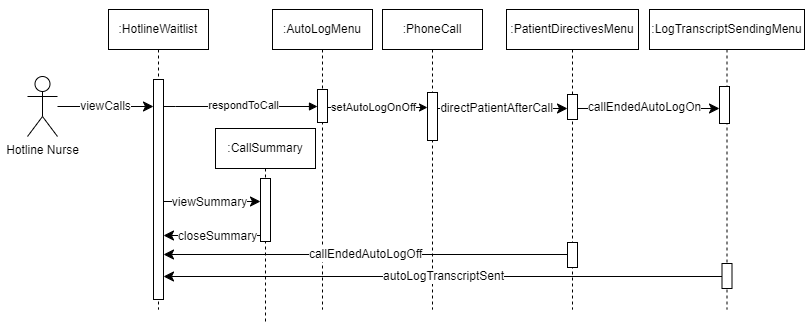
Earlier version of the draw.io export AmirWork/M2/Nurse_Hotline_SequenceDiagram.drawio.png (SENG-350-2024-fall/Team9). Source tidied: cells renumbered, new cells last; positions are measured from the earlier drawing's top-left corner, leaving out a move shared by most shapes.
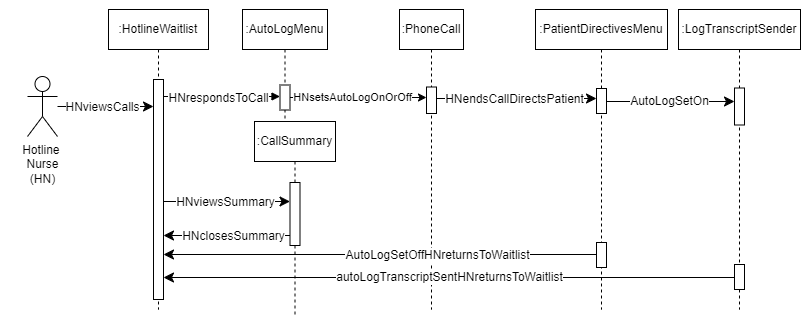
The same diagram one commit later.

The edit, as a diff of the source:
```diff
@@ -6,13 +6,13 @@
       <mxGeometry x="731" width="79" height="60.5" as="geometry" />
     </mxCell>
     <mxCell id="3" style="rounded=0;whiteSpace=wrap;html=1;strokeColor=none;" parent="1" vertex="1">
-      <mxGeometry y="3" width="127" height="147" as="geometry" />
+      <mxGeometry y="9" width="127" height="147" as="geometry" />
     </mxCell>
     <mxCell id="4" value=":CallSummary" style="shape=umlLifeline;perimeter=lifelinePerimeter;whiteSpace=wrap;html=1;newEdgeStyle={&quot;edgeStyle&quot;:&quot;elbowEdgeStyle&quot;,&quot;elbow&quot;:&quot;vertical&quot;,&quot;curved&quot;:0,&quot;rounded&quot;:0};" parent="1" vertex="1">
-      <mxGeometry x="215" y="128" width="100" height="195" as="geometry" />
+      <mxGeometry x="254" y="121" width="81" height="195" as="geometry" />
     </mxCell>
     <mxCell id="5" style="html=1;points=[];perimeter=orthogonalPerimeter;outlineConnect=0;targetShapes=umlLifeline;portConstraint=eastwest;newEdgeStyle={&quot;edgeStyle&quot;:&quot;elbowEdgeStyle&quot;,&quot;elbow&quot;:&quot;vertical&quot;,&quot;curved&quot;:0,&quot;rounded&quot;:0};" parent="4" vertex="1">
-      <mxGeometry x="45" y="50" width="10" height="63" as="geometry" />
+      <mxGeometry x="35.5" y="61" width="10" height="63" as="geometry" />
     </mxCell>
     <mxCell id="6" value=":HotlineWaitlist" style="shape=umlLifeline;perimeter=lifelinePerimeter;whiteSpace=wrap;html=1;newEdgeStyle={&quot;edgeStyle&quot;:&quot;elbowEdgeStyle&quot;,&quot;elbow&quot;:&quot;vertical&quot;,&quot;curved&quot;:0,&quot;rounded&quot;:0};" parent="1" vertex="1">
       <mxGeometry x="108" y="9" width="100" height="300" as="geometry" />
@@ -21,22 +21,32 @@
       <mxGeometry x="45" y="70" width="10" height="220" as="geometry" />
     </mxCell>
     <mxCell id="8" value=":AutoLogMenu" style="shape=umlLifeline;perimeter=lifelinePerimeter;whiteSpace=wrap;html=1;newEdgeStyle={&quot;edgeStyle&quot;:&quot;elbowEdgeStyle&quot;,&quot;elbow&quot;:&quot;vertical&quot;,&quot;curved&quot;:0,&quot;rounded&quot;:0};" parent="1" vertex="1">
-      <mxGeometry x="272" y="9" width="100" height="300" as="geometry" />
+      <mxGeometry x="242" y="9" width="85" height="110" as="geometry" />
     </mxCell>
     <mxCell id="9" style="html=1;points=[];perimeter=orthogonalPerimeter;outlineConnect=0;targetShapes=umlLifeline;portConstraint=eastwest;newEdgeStyle={&quot;edgeStyle&quot;:&quot;elbowEdgeStyle&quot;,&quot;elbow&quot;:&quot;vertical&quot;,&quot;curved&quot;:0,&quot;rounded&quot;:0};" parent="8" vertex="1">
-      <mxGeometry x="45" y="80" width="10" height="33" as="geometry" />
+      <mxGeometry x="37.5" y="75.5" width="10" height="25" as="geometry" />
     </mxCell>
-    <mxCell id="10" value="respondToCall" style="html=1;verticalAlign=bottom;endArrow=block;edgeStyle=elbowEdgeStyle;elbow=vertical;curved=0;rounded=0;" parent="1" edge="1" source="7" target="9">
+    <mxCell id="10" style="html=1;verticalAlign=bottom;endArrow=block;edgeStyle=elbowEdgeStyle;elbow=vertical;curved=0;rounded=0;" parent="1" edge="1" source="7" target="9">
       <mxGeometry x="0.04" y="-8" relative="1" as="geometry">
         <Array as="points">
-          <mxPoint x="175" y="106" />
+          <mxPoint x="177" y="96" />
         </Array>
       </mxGeometry>
     </mxCell>
+    <mxCell id="33" value="HNrespondsToCall" style="edgeLabel;html=1;align=center;verticalAlign=middle;fontSize=12;" parent="10" vertex="1">
+      <mxGeometry x="0.02" y="-1" relative="1" as="geometry">
+        <mxPoint x="-6" as="offset" />
+      </mxGeometry>
+    </mxCell>
-    <mxCell id="11" value="viewCalls" style="edgeStyle=none;curved=1;rounded=0;jettySize=auto;html=1;fontSize=12;startSize=8;endSize=8;" parent="1" edge="1" source="12" target="7">
-      <mxGeometry relative="1" as="geometry" />
+    <mxCell id="11" style="edgeStyle=none;curved=1;rounded=0;jettySize=auto;html=1;fontSize=12;startSize=8;endSize=8;" parent="1" edge="1" source="12" target="7">
+      <mxGeometry x="0.77" y="29" relative="1" as="geometry" />
     </mxCell>
+    <mxCell id="34" value="HNviewsCalls" style="edgeLabel;html=1;align=center;verticalAlign=middle;fontSize=12;" parent="11" vertex="1">
+      <mxGeometry x="0.33" relative="1" as="geometry">
+        <mxPoint x="-20" as="offset" />
+      </mxGeometry>
+    </mxCell>
-    <mxCell id="12" value="Hotline Nurse" style="shape=umlActor;verticalLabelPosition=bottom;verticalAlign=top;html=1;outlineConnect=0;" parent="1" vertex="1">
+    <mxCell id="12" value="Hotline&amp;nbsp;&lt;div&gt;Nurse&lt;/div&gt;&lt;div&gt;(HN)&lt;/div&gt;" style="shape=umlActor;verticalLabelPosition=bottom;verticalAlign=top;html=1;outlineConnect=0;" parent="1" vertex="1">
       <mxGeometry x="27" y="76" width="30" height="60" as="geometry" />
     </mxCell>
     <mxCell id="13" style="edgeStyle=elbowEdgeStyle;curved=0;rounded=0;jettySize=auto;html=1;elbow=horizontal;fontSize=12;startSize=8;endSize=8;" parent="1" edge="1" source="7" target="5">
@@ -46,7 +56,7 @@
         </Array>
       </mxGeometry>
     </mxCell>
-    <mxCell id="14" value="viewSummary" style="edgeLabel;html=1;align=center;verticalAlign=middle;fontSize=12;" parent="13" vertex="1">
+    <mxCell id="14" value="HNviewsSummary" style="edgeLabel;html=1;align=center;verticalAlign=middle;fontSize=12;" parent="13" vertex="1">
       <mxGeometry x="0.09" y="-1" relative="1" as="geometry">
         <mxPoint x="-8" y="-1" as="offset" />
       </mxGeometry>
@@ -58,32 +68,32 @@
         </Array>
       </mxGeometry>
     </mxCell>
-    <mxCell id="16" value="closeSummary" style="edgeLabel;html=1;align=center;verticalAlign=middle;fontSize=12;" parent="15" vertex="1">
+    <mxCell id="16" value="HNclosesSummary" style="edgeLabel;html=1;align=center;verticalAlign=middle;fontSize=12;" parent="15" vertex="1">
       <mxGeometry x="-0.1" relative="1" as="geometry" />
     </mxCell>
     <mxCell id="17" value=":PhoneCall" style="shape=umlLifeline;perimeter=lifelinePerimeter;whiteSpace=wrap;html=1;newEdgeStyle={&quot;edgeStyle&quot;:&quot;elbowEdgeStyle&quot;,&quot;elbow&quot;:&quot;vertical&quot;,&quot;curved&quot;:0,&quot;rounded&quot;:0};" parent="1" vertex="1">
-      <mxGeometry x="382" y="9" width="100" height="300" as="geometry" />
+      <mxGeometry x="399" y="9" width="64" height="300" as="geometry" />
     </mxCell>
     <mxCell id="18" style="html=1;points=[];perimeter=orthogonalPerimeter;outlineConnect=0;targetShapes=umlLifeline;portConstraint=eastwest;newEdgeStyle={&quot;edgeStyle&quot;:&quot;elbowEdgeStyle&quot;,&quot;elbow&quot;:&quot;vertical&quot;,&quot;curved&quot;:0,&quot;rounded&quot;:0};" parent="17" vertex="1">
-      <mxGeometry x="45" y="83" width="10" height="48" as="geometry" />
+      <mxGeometry x="27" y="77.5" width="10" height="26.5" as="geometry" />
     </mxCell>
     <mxCell id="19" style="edgeStyle=elbowEdgeStyle;rounded=0;jettySize=auto;html=1;elbow=horizontal;curved=0;" parent="1" edge="1" source="9" target="18">
       <mxGeometry relative="1" as="geometry">
         <Array as="points">
-          <mxPoint x="398" y="107" />
+          <mxPoint x="399" y="97" />
         </Array>
       </mxGeometry>
     </mxCell>
-    <mxCell id="20" value="setAutoLogOnOff" style="edgeLabel;html=1;align=center;verticalAlign=middle;" parent="19" vertex="1">
+    <mxCell id="20" value="HNsetsAutoLogOnOrOff" style="edgeLabel;html=1;align=center;verticalAlign=middle;" parent="19" vertex="1">
       <mxGeometry x="-0.03" y="3" relative="1" as="geometry">
         <mxPoint x="-4" y="2" as="offset" />
       </mxGeometry>
     </mxCell>
     <mxCell id="21" value=":PatientDirectivesMenu" style="shape=umlLifeline;perimeter=lifelinePerimeter;whiteSpace=wrap;html=1;newEdgeStyle={&quot;edgeStyle&quot;:&quot;elbowEdgeStyle&quot;,&quot;elbow&quot;:&quot;vertical&quot;,&quot;curved&quot;:0,&quot;rounded&quot;:0};" parent="1" vertex="1">
-      <mxGeometry x="506" y="9" width="132" height="300" as="geometry" />
+      <mxGeometry x="535" y="9" width="132" height="300" as="geometry" />
     </mxCell>
     <mxCell id="22" style="html=1;points=[];perimeter=orthogonalPerimeter;outlineConnect=0;targetShapes=umlLifeline;portConstraint=eastwest;newEdgeStyle={&quot;edgeStyle&quot;:&quot;elbowEdgeStyle&quot;,&quot;elbow&quot;:&quot;vertical&quot;,&quot;curved&quot;:0,&quot;rounded&quot;:0};" parent="21" vertex="1">
-      <mxGeometry x="61" y="85" width="10" height="25" as="geometry" />
+      <mxGeometry x="61" y="79" width="10" height="25" as="geometry" />
     </mxCell>
     <mxCell id="23" style="html=1;points=[];perimeter=orthogonalPerimeter;outlineConnect=0;targetShapes=umlLifeline;portConstraint=eastwest;newEdgeStyle={&quot;edgeStyle&quot;:&quot;elbowEdgeStyle&quot;,&quot;elbow&quot;:&quot;vertical&quot;,&quot;curved&quot;:0,&quot;rounded&quot;:0};" parent="21" vertex="1">
       <mxGeometry x="61" y="233" width="10" height="25" as="geometry" />
@@ -91,46 +101,46 @@
     <mxCell id="24" style="edgeStyle=elbowEdgeStyle;curved=0;rounded=0;jettySize=auto;html=1;elbow=vertical;fontSize=12;startSize=8;endSize=8;" parent="1" edge="1" source="18" target="22">
       <mxGeometry relative="1" as="geometry">
         <Array as="points">
-          <mxPoint x="522" y="108" />
+          <mxPoint x="524" y="98" />
         </Array>
       </mxGeometry>
     </mxCell>
-    <mxCell id="25" value="directPatientAfterCall" style="edgeLabel;html=1;align=center;verticalAlign=middle;fontSize=12;" parent="24" vertex="1">
+    <mxCell id="25" value="HNendsCallDirectsPatient" style="edgeLabel;html=1;align=center;verticalAlign=middle;fontSize=12;" parent="24" vertex="1">
       <mxGeometry x="-0.35" relative="1" as="geometry">
-        <mxPoint x="16" y="-1" as="offset" />
+        <mxPoint x="25" as="offset" />
       </mxGeometry>
     </mxCell>
-    <mxCell id="26" value=":LogTranscriptSendingMenu" style="shape=umlLifeline;perimeter=lifelinePerimeter;whiteSpace=wrap;html=1;newEdgeStyle={&quot;edgeStyle&quot;:&quot;elbowEdgeStyle&quot;,&quot;elbow&quot;:&quot;vertical&quot;,&quot;curved&quot;:0,&quot;rounded&quot;:0};" parent="1" vertex="1">
-      <mxGeometry x="649" y="9" width="155" height="300" as="geometry" />
+    <mxCell id="26" value=":LogTranscriptSender" style="shape=umlLifeline;perimeter=lifelinePerimeter;whiteSpace=wrap;html=1;newEdgeStyle={&quot;edgeStyle&quot;:&quot;elbowEdgeStyle&quot;,&quot;elbow&quot;:&quot;vertical&quot;,&quot;curved&quot;:0,&quot;rounded&quot;:0};" parent="1" vertex="1">
+      <mxGeometry x="678" y="9" width="122" height="300" as="geometry" />
     </mxCell>
     <mxCell id="27" style="html=1;points=[];perimeter=orthogonalPerimeter;outlineConnect=0;targetShapes=umlLifeline;portConstraint=eastwest;newEdgeStyle={&quot;edgeStyle&quot;:&quot;elbowEdgeStyle&quot;,&quot;elbow&quot;:&quot;vertical&quot;,&quot;curved&quot;:0,&quot;rounded&quot;:0};" parent="26" vertex="1">
-      <mxGeometry x="72.5" y="254" width="10" height="25" as="geometry" />
+      <mxGeometry x="56" y="255" width="10" height="25" as="geometry" />
     </mxCell>
-    <mxCell id="28" style="edgeStyle=elbowEdgeStyle;curved=0;rounded=0;jettySize=auto;html=1;elbow=vertical;fontSize=12;startSize=8;endSize=8;" parent="1" edge="1" source="22">
-      <mxGeometry relative="1" as="geometry">
-        <mxPoint x="719" y="108" as="targetPoint" />
-        <Array as="points">
-          <mxPoint x="652" y="108" />
-        </Array>
-      </mxGeometry>
-    </mxCell>
-    <mxCell id="29" value="callEndedAutoLogOn" style="edgeLabel;html=1;align=center;verticalAlign=middle;fontSize=12;" parent="28" vertex="1">
-      <mxGeometry x="-0.37" y="2" relative="1" as="geometry">
-        <mxPoint x="21" as="offset" />
-      </mxGeometry>
-    </mxCell>
-    <mxCell id="30" style="html=1;points=[];perimeter=orthogonalPerimeter;outlineConnect=0;targetShapes=umlLifeline;portConstraint=eastwest;newEdgeStyle={&quot;edgeStyle&quot;:&quot;elbowEdgeStyle&quot;,&quot;elbow&quot;:&quot;vertical&quot;,&quot;curved&quot;:0,&quot;rounded&quot;:0};" parent="1" vertex="1">
-      <mxGeometry x="719" y="86" width="10" height="37" as="geometry" />
+    <mxCell id="30" style="html=1;points=[];perimeter=orthogonalPerimeter;outlineConnect=0;targetShapes=umlLifeline;portConstraint=eastwest;newEdgeStyle={&quot;edgeStyle&quot;:&quot;elbowEdgeStyle&quot;,&quot;elbow&quot;:&quot;vertical&quot;,&quot;curved&quot;:0,&quot;rounded&quot;:0};" parent="26" vertex="1">
+      <mxGeometry x="56" y="78.5" width="10" height="37" as="geometry" />
     </mxCell>
-    <mxCell id="31" value="callEndedAutoLogOff" style="edgeStyle=elbowEdgeStyle;curved=0;rounded=0;jettySize=auto;html=1;elbow=vertical;fontSize=12;startSize=8;endSize=8;startArrow=classic;startFill=1;endArrow=none;endFill=0;" parent="1" edge="1" source="7" target="23">
-      <mxGeometry relative="1" as="geometry">
+    <mxCell id="31" style="edgeStyle=elbowEdgeStyle;curved=0;rounded=0;jettySize=auto;html=1;elbow=vertical;fontSize=12;startSize=8;endSize=8;startArrow=classic;startFill=1;endArrow=none;endFill=0;" parent="1" edge="1" source="7" target="23">
+      <mxGeometry x="0.1" y="-2" relative="1" as="geometry">
         <Array as="points">
           <mxPoint x="365" y="254" />
         </Array>
       </mxGeometry>
     </mxCell>
+    <mxCell id="35" value="AutoLogSetOffHNreturnsToWaitlist" style="edgeLabel;html=1;align=center;verticalAlign=middle;fontSize=12;" parent="31" vertex="1">
+      <mxGeometry x="0.46" y="-1" relative="1" as="geometry">
+        <mxPoint x="-43" y="-1" as="offset" />
+      </mxGeometry>
+    </mxCell>
-    <mxCell id="32" value="autoLogTranscriptSent" style="edgeStyle=elbowEdgeStyle;curved=0;rounded=0;jettySize=auto;html=1;elbow=vertical;fontSize=12;startSize=8;endSize=8;" parent="1" edge="1" source="27" target="7">
+    <mxCell id="32" value="autoLogTranscriptSentHNreturnsToWaitlist" style="edgeStyle=elbowEdgeStyle;curved=0;rounded=0;jettySize=auto;html=1;elbow=vertical;fontSize=12;startSize=8;endSize=8;" parent="1" edge="1" source="27" target="7">
       <mxGeometry relative="1" as="geometry" />
     </mxCell>
+    <mxCell id="36" style="edgeStyle=elbowEdgeStyle;curved=0;rounded=0;jettySize=auto;html=1;elbow=vertical;fontSize=12;startSize=8;endSize=8;" parent="1" edge="1" source="22" target="30">
+      <mxGeometry relative="1" as="geometry" />
+    </mxCell>
+    <mxCell id="37" value="AutoLogSetOn" style="edgeLabel;html=1;align=center;verticalAlign=middle;fontSize=12;" parent="36" vertex="1">
+      <mxGeometry x="0.2" y="1" relative="1" as="geometry">
+        <mxPoint x="-15" as="offset" />
+      </mxGeometry>
+    </mxCell>
   </root>
 </mxGraphModel>
```
